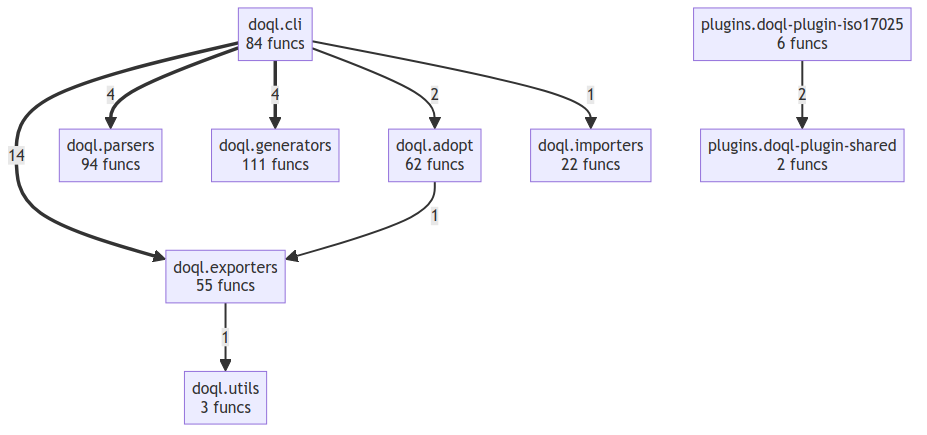
oqlos/doql keeps this Mermaid diagram as project/compact_flow.png. Above is the earlier version. Its source is kept beside it as project/compact_flow.mmd.
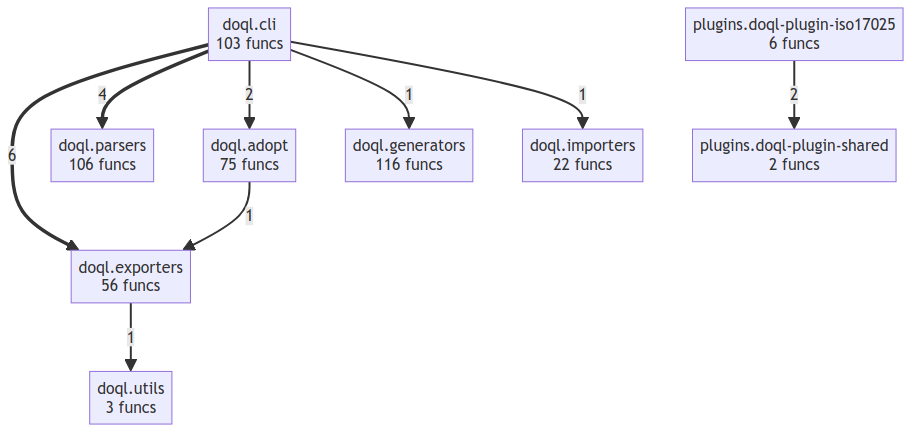
The same diagram one commit later.

What changed in the source:
```diff
@@ -1,18 +1,18 @@
 flowchart TD
-    doql__adopt["doql.adopt<br/>62 funcs"]
-    doql__cli["doql.cli<br/>84 funcs"]
-    doql__exporters["doql.exporters<br/>55 funcs"]
-    doql__generators["doql.generators<br/>111 funcs"]
+    doql__adopt["doql.adopt<br/>75 funcs"]
+    doql__cli["doql.cli<br/>103 funcs"]
+    doql__exporters["doql.exporters<br/>56 funcs"]
+    doql__generators["doql.generators<br/>116 funcs"]
     doql__importers["doql.importers<br/>22 funcs"]
-    doql__parsers["doql.parsers<br/>94 funcs"]
+    doql__parsers["doql.parsers<br/>106 funcs"]
     doql__utils["doql.utils<br/>3 funcs"]
     plugins__doql_plugin_iso17025["plugins.doql-plugin-iso17025<br/>6 funcs"]
     plugins__doql_plugin_shared["plugins.doql-plugin-shared<br/>2 funcs"]
-    doql__cli ==>|14| doql__exporters
+    doql__cli ==>|6| doql__exporters
     doql__cli ==>|4| doql__parsers
-    doql__cli ==>|4| doql__generators
     plugins__doql_plugin_iso17025 -->|2| plugins__doql_plugin_shared
     doql__cli -->|2| doql__adopt
+    doql__cli -->|1| doql__generators
     doql__cli -->|1| doql__importers
     doql__exporters -->|1| doql__utils
     doql__adopt -->|1| doql__exporters
```
